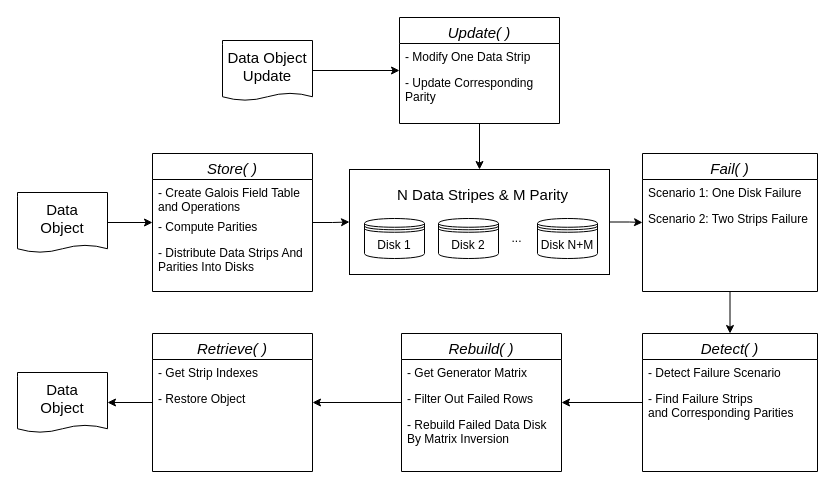
siyue-zhang/RAID6-CE7490 keeps this draw.io diagram as page "Page-1" (1 of 2) of flow.drawio. Above is the earlier version. Source tidied: cells renumbered, new cells numbered last; positions are measured from the earlier drawing's top-left corner, leaving out a move shared by most shapes. Both pictures are drawn from the tidied source at 100%, with x=0, y=0 at pixel (17, 17).
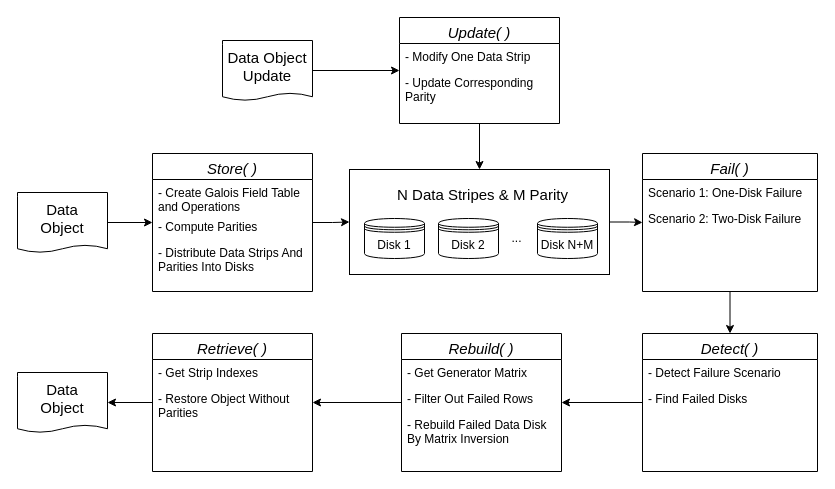
The same diagram, later.

Commit message (it also covers changes not shown here):
flow pic

Unchanged cells that the change refers to:
```xml
<mxCell id="16" value="Fail( )" style="swimlane;fontStyle=2;align=center;verticalAlign=top;horizontal=1;startSize=26;rounded=0;shadow=0;strokeWidth=1;fontSize=15;" parent="1" vertex="1">
  <mxGeometry x="625" y="136" width="175" height="138" as="geometry" />
</mxCell>
<mxCell id="23" value="Detect( )" style="swimlane;fontStyle=2;align=center;verticalAlign=top;horizontal=1;startSize=26;rounded=0;shadow=0;strokeWidth=1;fontSize=15;" parent="1" vertex="1">
  <mxGeometry x="625" y="316" width="175" height="138" as="geometry" />
</mxCell>
<mxCell id="28" value="Retrieve( )" style="swimlane;fontStyle=2;align=center;verticalAlign=top;horizontal=1;startSize=26;rounded=0;shadow=0;strokeWidth=1;fontSize=15;" parent="1" vertex="1">
  <mxGeometry x="135" y="316" width="160" height="138" as="geometry" />
</mxCell>
```

Change to the diagram source:
```diff
@@
-    <mxCell id="17" value="Scenario 1: One Disk Failure" style="text;align=left;verticalAlign=top;spacingLeft=4;spacingRight=4;overflow=hidden;rounded=0;" parent="16" vertex="1">
+    <mxCell id="17" value="Scenario 1: One-Disk Failure" style="text;align=left;verticalAlign=top;spacingLeft=4;spacingRight=4;overflow=hidden;rounded=0;" parent="16" vertex="1">
       <mxGeometry y="26" width="175" height="26" as="geometry" />
     </mxCell>
-    <mxCell id="18" value="Scenario 2: Two Strips Failure" style="text;align=left;verticalAlign=top;spacingLeft=4;spacingRight=4;overflow=hidden;rounded=0;shadow=0;html=0;" parent="16" vertex="1">
+    <mxCell id="18" value="Scenario 2: Two-Disk Failure" style="text;align=left;verticalAlign=top;spacingLeft=4;spacingRight=4;overflow=hidden;rounded=0;shadow=0;html=0;" parent="16" vertex="1">
       <mxGeometry y="52" width="175" height="26" as="geometry" />
     </mxCell>
@@
-    <mxCell id="25" value="- Find Failure Strips and Corresponding Parities" style="text;align=left;verticalAlign=top;spacingLeft=4;spacingRight=4;overflow=hidden;rounded=0;shadow=0;html=0;whiteSpace=wrap;" parent="23" vertex="1">
+    <mxCell id="25" value="- Find Failed Disks" style="text;align=left;verticalAlign=top;spacingLeft=4;spacingRight=4;overflow=hidden;rounded=0;shadow=0;html=0;whiteSpace=wrap;" parent="23" vertex="1">
       <mxGeometry y="52" width="175" height="48" as="geometry" />
     </mxCell>
@@
-    <mxCell id="30" value="- Restore Object" style="text;align=left;verticalAlign=top;spacingLeft=4;spacingRight=4;overflow=hidden;rounded=0;shadow=0;html=0;" parent="28" vertex="1">
-      <mxGeometry y="52" width="160" height="26" as="geometry" />
+    <mxCell id="30" value="- Restore Object Without Parities" style="text;align=left;verticalAlign=top;spacingLeft=4;spacingRight=4;overflow=hidden;rounded=0;shadow=0;html=0;whiteSpace=wrap;" parent="28" vertex="1">
+      <mxGeometry y="52" width="160" height="48" as="geometry" />
     </mxCell>
```
